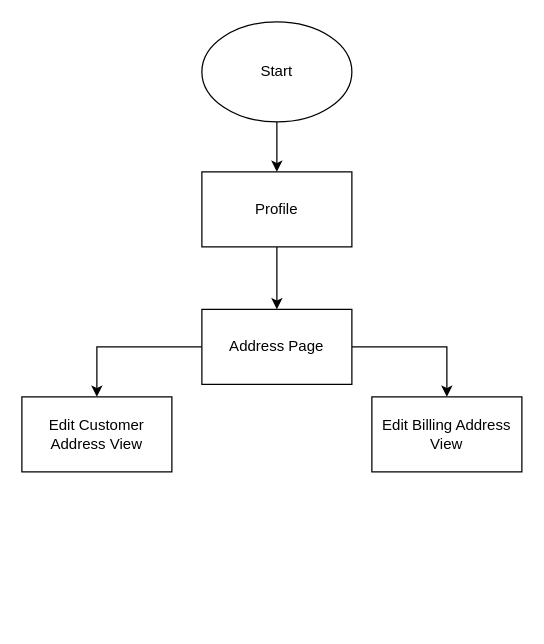
PratikBali/flowchart keeps this draw.io diagram as USCC-11521.drawio. Above is the earlier version. Source tidied: cells renumbered, new cells numbered last; positions are measured from the earlier drawing's top-left corner, leaving out a move shared by most shapes. Both pictures are drawn from the tidied source at 125%, with x=0, y=0 at pixel (21, 21).
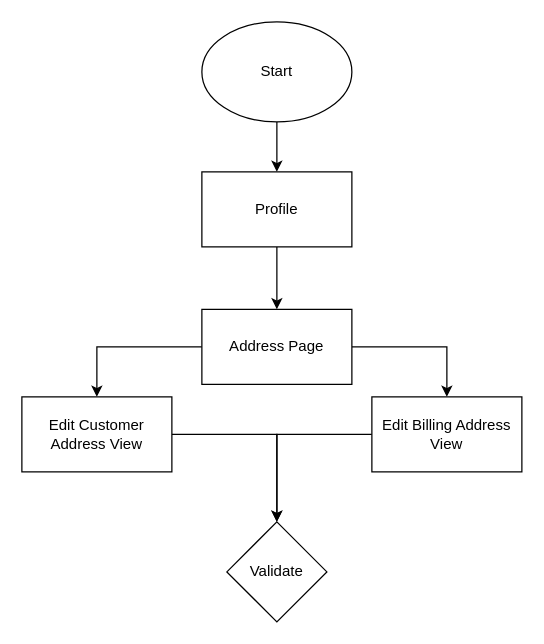
Above is the later version.

What changed in the source:
```diff
@@
 <mxGraphModel>
   <root>
     <mxCell id="0" />
     <mxCell id="1" parent="0" />
     <mxCell id="2" style="edgeStyle=orthogonalEdgeStyle;rounded=0;jettySize=auto;html=1;" parent="1" edge="1" source="3" target="5">
       <mxGeometry relative="1" as="geometry" />
     </mxCell>
     <mxCell id="3" value="Start" style="ellipse;whiteSpace=wrap;html=1;" parent="1" vertex="1">
       <mxGeometry x="144" width="120" height="80" as="geometry" />
     </mxCell>
     <mxCell id="4" style="edgeStyle=orthogonalEdgeStyle;rounded=0;jettySize=auto;html=1;" parent="1" edge="1" source="5" target="8">
       <mxGeometry relative="1" as="geometry" />
     </mxCell>
     <mxCell id="5" value="Profile" style="whiteSpace=wrap;html=1;" parent="1" vertex="1">
       <mxGeometry x="144" y="120" width="120" height="60" as="geometry" />
     </mxCell>
     <mxCell id="6" style="edgeStyle=orthogonalEdgeStyle;rounded=0;jettySize=auto;html=1;" parent="1" edge="1" source="8" target="9">
       <mxGeometry relative="1" as="geometry" />
     </mxCell>
     <mxCell id="7" style="edgeStyle=orthogonalEdgeStyle;rounded=0;jettySize=auto;html=1;entryX=0.5;entryY=0;entryDx=0;entryDy=0;" parent="1" edge="1" source="8" target="10">
       <mxGeometry relative="1" as="geometry" />
     </mxCell>
     <mxCell id="8" value="Address Page" style="whiteSpace=wrap;html=1;" parent="1" vertex="1">
       <mxGeometry x="144" y="230" width="120" height="60" as="geometry" />
     </mxCell>
+    <mxCell id="11" style="edgeStyle=orthogonalEdgeStyle;rounded=0;jettySize=auto;html=1;" parent="1" edge="1" source="9" target="13">
+      <mxGeometry relative="1" as="geometry" />
+    </mxCell>
     <mxCell id="9" value="Edit Customer Address View" style="whiteSpace=wrap;html=1;" parent="1" vertex="1">
       <mxGeometry y="300" width="120" height="60" as="geometry" />
     </mxCell>
+    <mxCell id="12" style="edgeStyle=orthogonalEdgeStyle;rounded=0;jettySize=auto;html=1;" parent="1" edge="1" source="10" target="13">
+      <mxGeometry relative="1" as="geometry" />
+    </mxCell>
     <mxCell id="10" value="Edit Billing Address View" style="whiteSpace=wrap;html=1;" parent="1" vertex="1">
       <mxGeometry x="280" y="300" width="120" height="60" as="geometry" />
     </mxCell>
+    <mxCell id="13" value="Validate" style="rhombus;whiteSpace=wrap;html=1;" parent="1" vertex="1">
+      <mxGeometry x="164" y="400" width="80" height="80" as="geometry" />
+    </mxCell>
   </root>
 </mxGraphModel>
```
